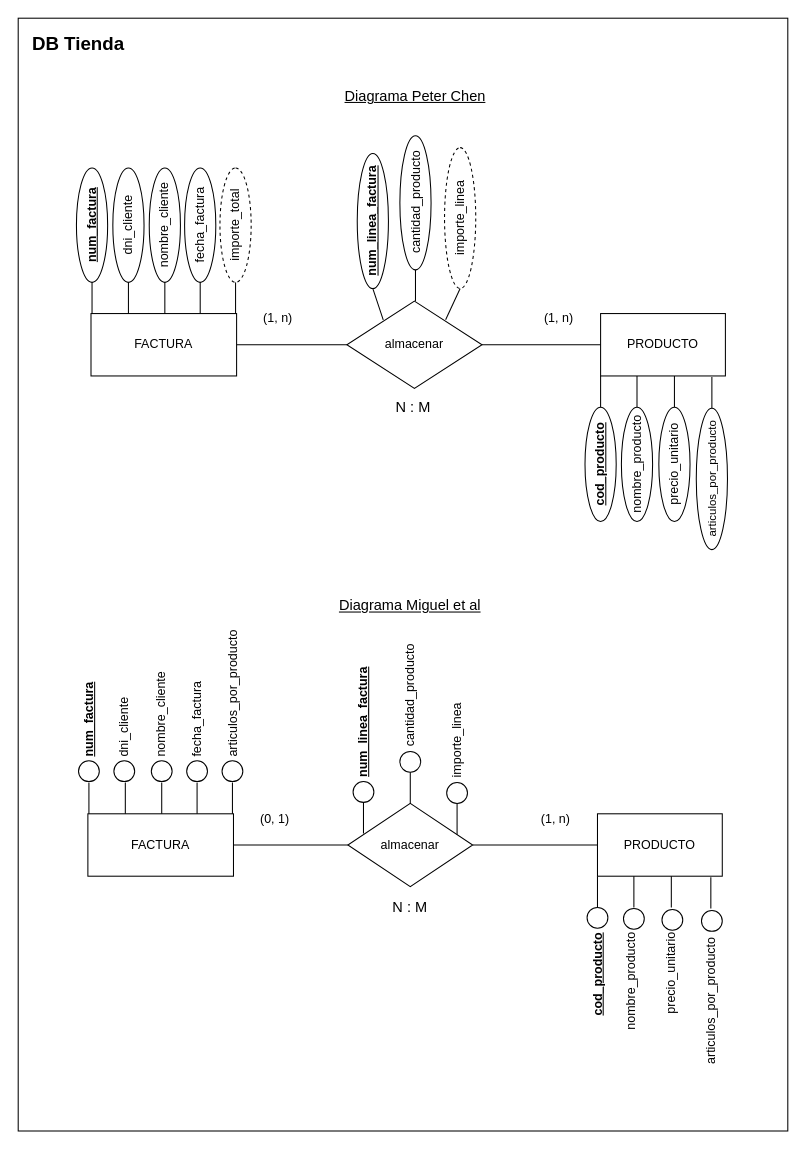
The draw.io diagram src/BBDD/first_trimester/exercises/ejercicio1/ejercicio1_BBDD_ER.drawio in MLT93/UNIR, before the edit. Source tidied: cells renumbered, new cells numbered last; positions are measured from the earlier drawing's top-left corner, leaving out a move shared by most shapes. Both pictures are drawn from the tidied source at 104%, with x=0, y=0 at pixel (18, 18).
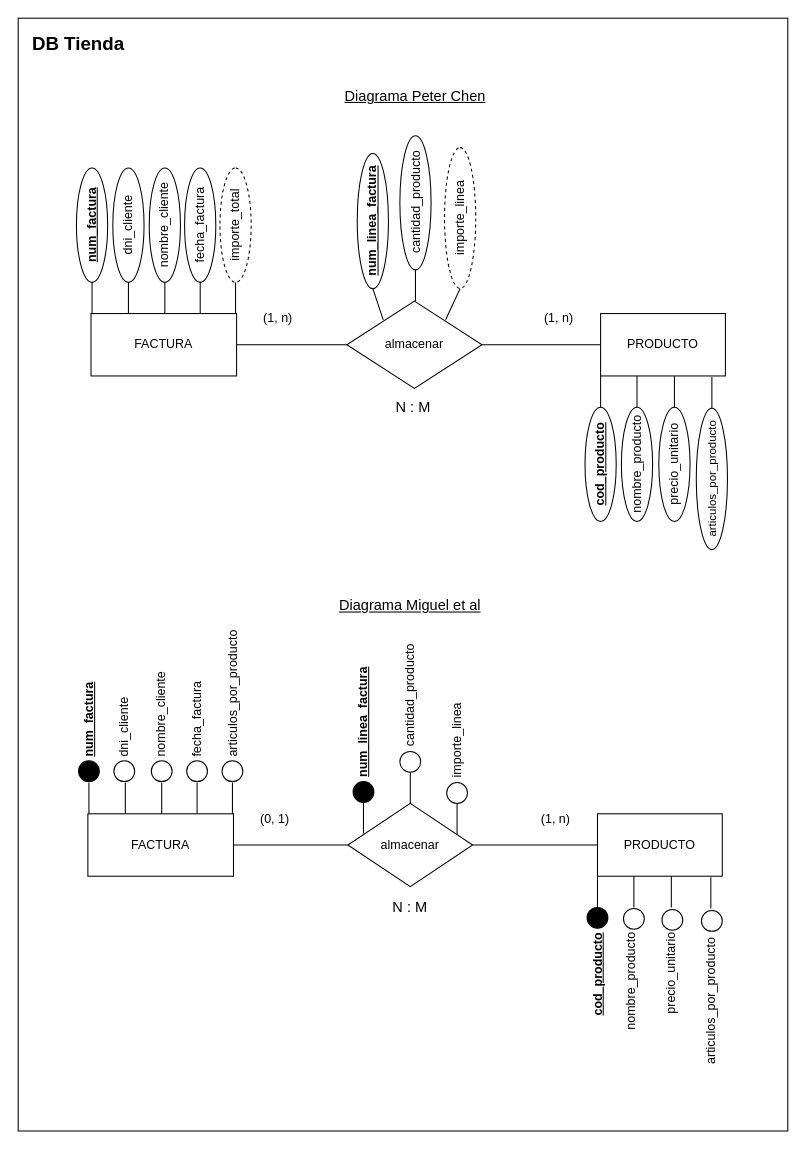
Above is the later version.

Change to the diagram source:
```diff
@@
-    <mxCell id="53" style="ellipse;whiteSpace=wrap;html=1;" parent="1" vertex="1">
+    <mxCell id="53" style="ellipse;whiteSpace=wrap;html=1;fillColor=#000000;" parent="1" vertex="1">
       <mxGeometry x="58" y="714" width="20" height="20" as="geometry" />
     </mxCell>
@@
-    <mxCell id="59" style="ellipse;whiteSpace=wrap;html=1;" parent="1" vertex="1">
+    <mxCell id="59" style="ellipse;whiteSpace=wrap;html=1;fillColor=#000000;" parent="1" vertex="1">
       <mxGeometry x="547" y="855" width="20" height="20" as="geometry" />
     </mxCell>
@@
-    <mxCell id="65" style="ellipse;whiteSpace=wrap;html=1;fillColor=none;" parent="1" vertex="1">
+    <mxCell id="65" style="ellipse;whiteSpace=wrap;html=1;fillColor=#000000;strokeColor=#000000;" parent="1" vertex="1">
       <mxGeometry x="322" y="734" width="20" height="20" as="geometry" />
     </mxCell>
```
